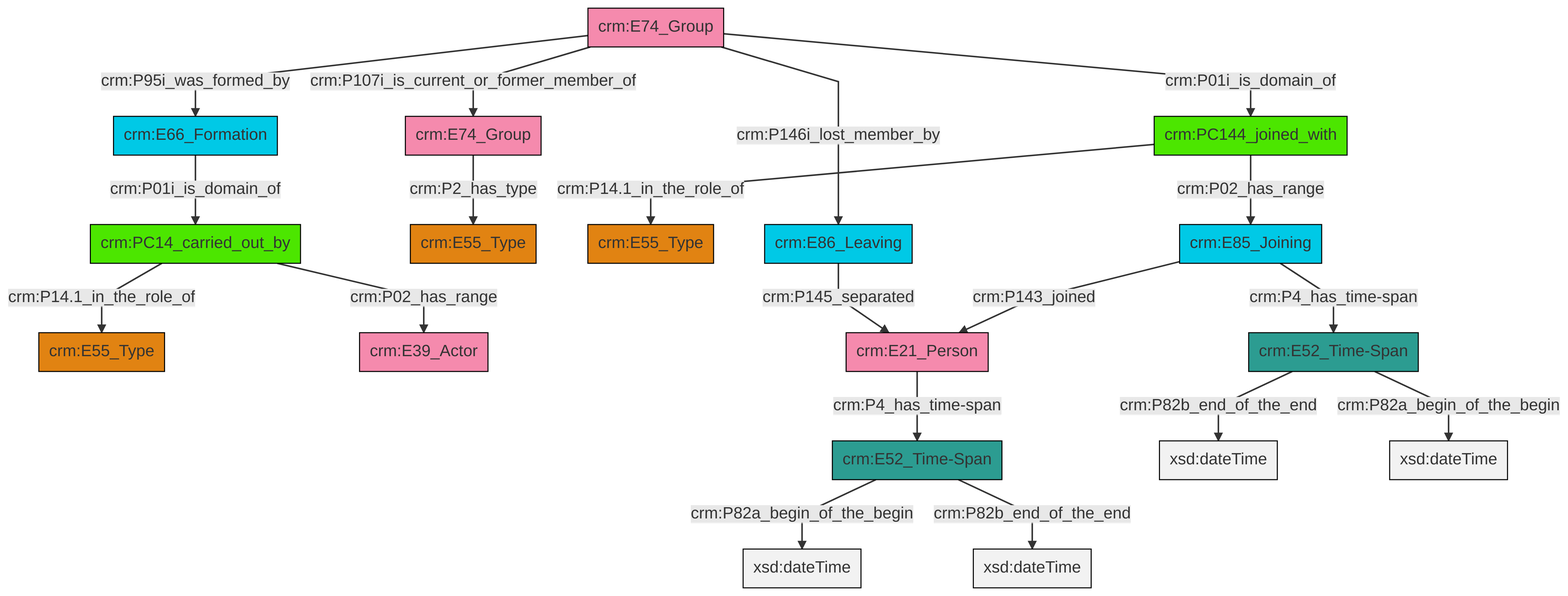
Before: et/groupCSV/ttl/mmd/png/group_actor_relations.png, a diagram exported from Mermaid (swiss-art-research-net/docs.swissartresearch). Its source is kept beside it as et/groupCSV/ttl/mmd/group_actor_relations.ttl.mmd.
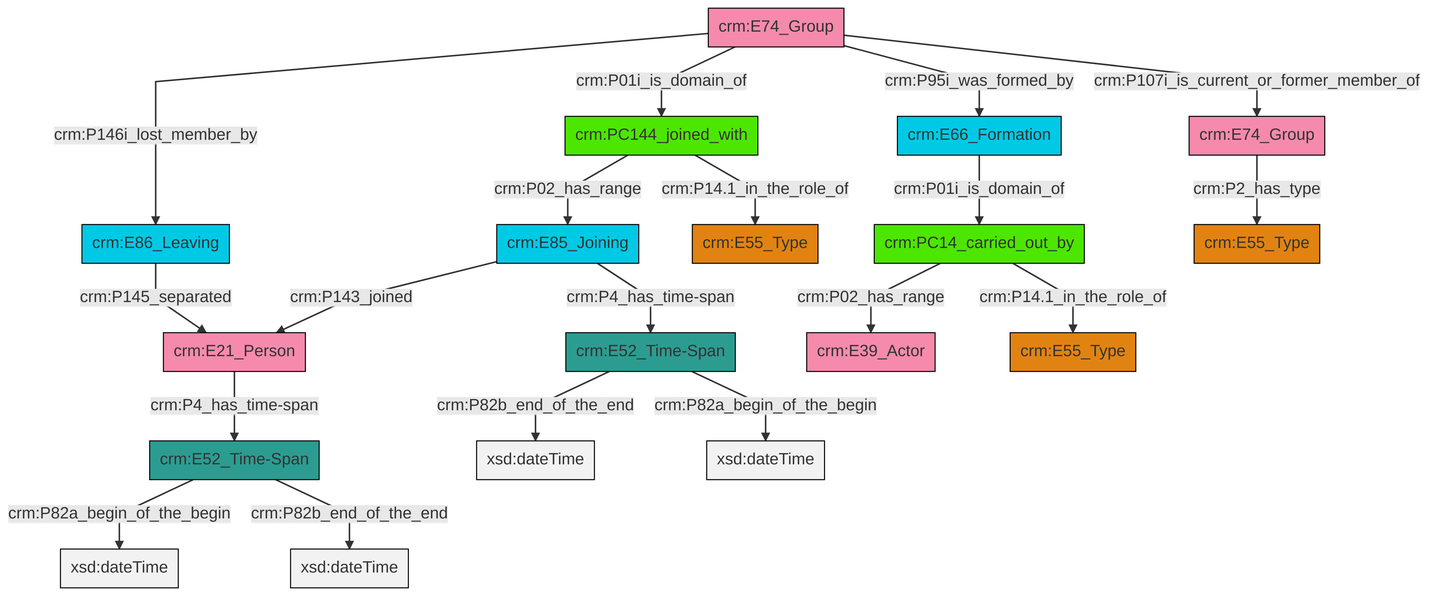
Above is the later version.

The edit, as a diff of the source:
```diff
@@ -13,21 +13,21 @@
 classDef PC_Classes fill:#4ce600, stroke:#000000;
 classDef Multi fill:#cccccc,stroke:#000000;
 
-2["crm:PC14_carried_out_by"]:::PC_Classes -->|crm:P14.1_in_the_role_of| 4["crm:E55_Type"]:::Type
-5["crm:E74_Group"]:::Actor -->|crm:P01i_is_domain_of| 6["crm:PC144_joined_with"]:::PC_Classes
-5["crm:E74_Group"]:::Actor -->|crm:P107i_is_current_or_former_member_of| 7["crm:E74_Group"]:::Actor
-8["crm:E52_Time-Span"]:::Time-Span -->|crm:P82a_begin_of_the_begin| 9[xsd:dateTime]:::Literal
-5["crm:E74_Group"]:::Actor -->|crm:P95i_was_formed_by| 0["crm:E66_Formation"]:::Temporal_Entity
-7["crm:E74_Group"]:::Actor -->|crm:P2_has_type| 11["crm:E55_Type"]:::Type
-14["crm:E21_Person"]:::Actor -->|crm:P4_has_time-span| 8["crm:E52_Time-Span"]:::Time-Span
-8["crm:E52_Time-Span"]:::Time-Span -->|crm:P82b_end_of_the_end| 17[xsd:dateTime]:::Literal
-18["crm:E52_Time-Span"]:::Time-Span -->|crm:P82b_end_of_the_end| 19[xsd:dateTime]:::Literal
-5["crm:E74_Group"]:::Actor -->|crm:P146i_lost_member_by| 20["crm:E86_Leaving"]:::Temporal_Entity
-6["crm:PC144_joined_with"]:::PC_Classes -->|crm:P14.1_in_the_role_of| 15["crm:E55_Type"]:::Type
-6["crm:PC144_joined_with"]:::PC_Classes -->|crm:P02_has_range| 25["crm:E85_Joining"]:::Temporal_Entity
-18["crm:E52_Time-Span"]:::Time-Span -->|crm:P82a_begin_of_the_begin| 27[xsd:dateTime]:::Literal
-0["crm:E66_Formation"]:::Temporal_Entity -->|crm:P01i_is_domain_of| 2["crm:PC14_carried_out_by"]:::PC_Classes
-25["crm:E85_Joining"]:::Temporal_Entity -->|crm:P4_has_time-span| 18["crm:E52_Time-Span"]:::Time-Span
-25["crm:E85_Joining"]:::Temporal_Entity -->|crm:P143_joined| 14["crm:E21_Person"]:::Actor
-20["crm:E86_Leaving"]:::Temporal_Entity -->|crm:P145_separated| 14["crm:E21_Person"]:::Actor
-2["crm:PC14_carried_out_by"]:::PC_Classes -->|crm:P02_has_range| 12["crm:E39_Actor"]:::Actor
+2["crm:E21_Person"]:::Actor -->|crm:P4_has_time-span| 3["crm:E52_Time-Span"]:::Time-Span
+6["crm:E74_Group"]:::Actor -->|crm:P01i_is_domain_of| 7["crm:PC144_joined_with"]:::PC_Classes
+4["crm:E52_Time-Span"]:::Time-Span -->|crm:P82b_end_of_the_end| 8[xsd:dateTime]:::Literal
+3["crm:E52_Time-Span"]:::Time-Span -->|crm:P82a_begin_of_the_begin| 11[xsd:dateTime]:::Literal
+12["crm:PC14_carried_out_by"]:::PC_Classes -->|crm:P02_has_range| 9["crm:E39_Actor"]:::Actor
+7["crm:PC144_joined_with"]:::PC_Classes -->|crm:P14.1_in_the_role_of| 15["crm:E55_Type"]:::Type
+12["crm:PC14_carried_out_by"]:::PC_Classes -->|crm:P14.1_in_the_role_of| 16["crm:E55_Type"]:::Type
+19["crm:E85_Joining"]:::Temporal_Entity -->|crm:P4_has_time-span| 4["crm:E52_Time-Span"]:::Time-Span
+6["crm:E74_Group"]:::Actor -->|crm:P95i_was_formed_by| 17["crm:E66_Formation"]:::Temporal_Entity
+19["crm:E85_Joining"]:::Temporal_Entity -->|crm:P143_joined| 2["crm:E21_Person"]:::Actor
+4["crm:E52_Time-Span"]:::Time-Span -->|crm:P82a_begin_of_the_begin| 20[xsd:dateTime]:::Literal
+0["crm:E86_Leaving"]:::Temporal_Entity -->|crm:P145_separated| 2["crm:E21_Person"]:::Actor
+25["crm:E74_Group"]:::Actor -->|crm:P2_has_type| 23["crm:E55_Type"]:::Type
+6["crm:E74_Group"]:::Actor -->|crm:P146i_lost_member_by| 0["crm:E86_Leaving"]:::Temporal_Entity
+7["crm:PC144_joined_with"]:::PC_Classes -->|crm:P02_has_range| 19["crm:E85_Joining"]:::Temporal_Entity
+3["crm:E52_Time-Span"]:::Time-Span -->|crm:P82b_end_of_the_end| 30[xsd:dateTime]:::Literal
+6["crm:E74_Group"]:::Actor -->|crm:P107i_is_current_or_former_member_of| 25["crm:E74_Group"]:::Actor
+17["crm:E66_Formation"]:::Temporal_Entity -->|crm:P01i_is_domain_of| 12["crm:PC14_carried_out_by"]:::PC_Classes
```
